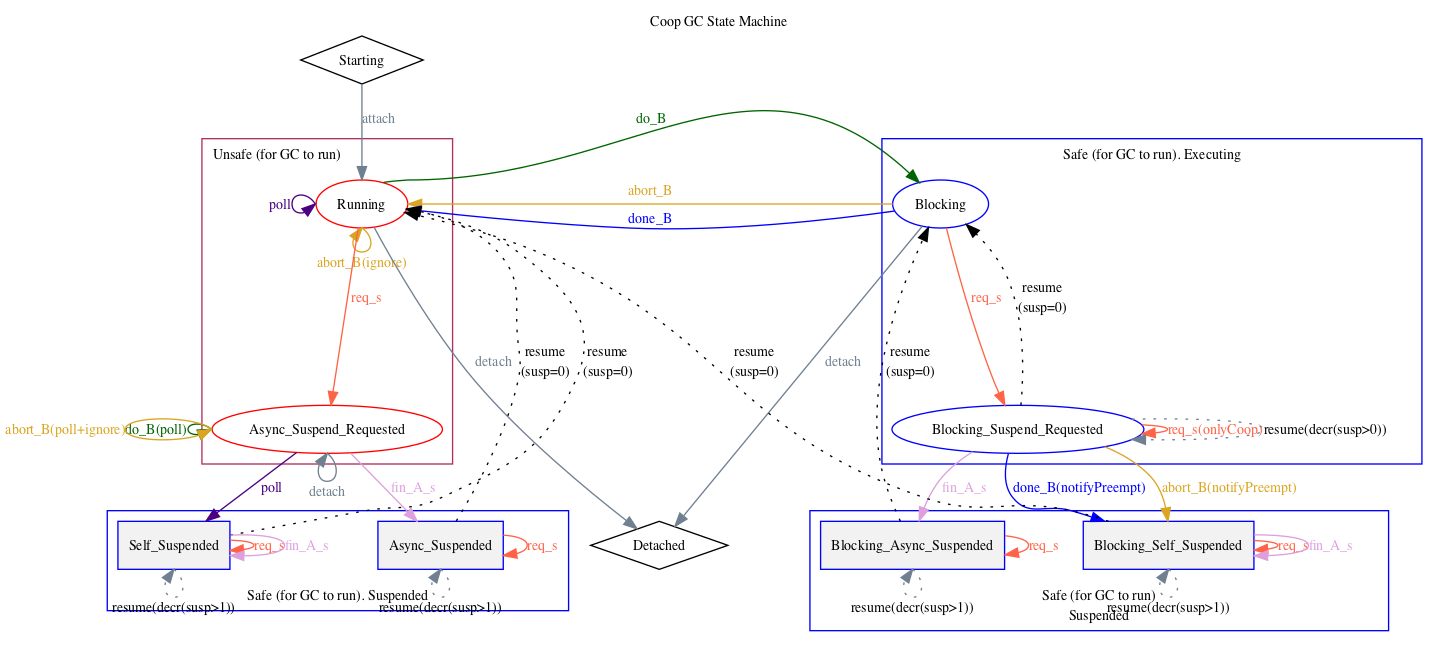
The Graphviz diagram docs/advanced/runtime/docs/coop-state-machine.png in mono/website, before a commit. Its source is kept beside it as docs/advanced/runtime/docs/coop-state-machine.dot.
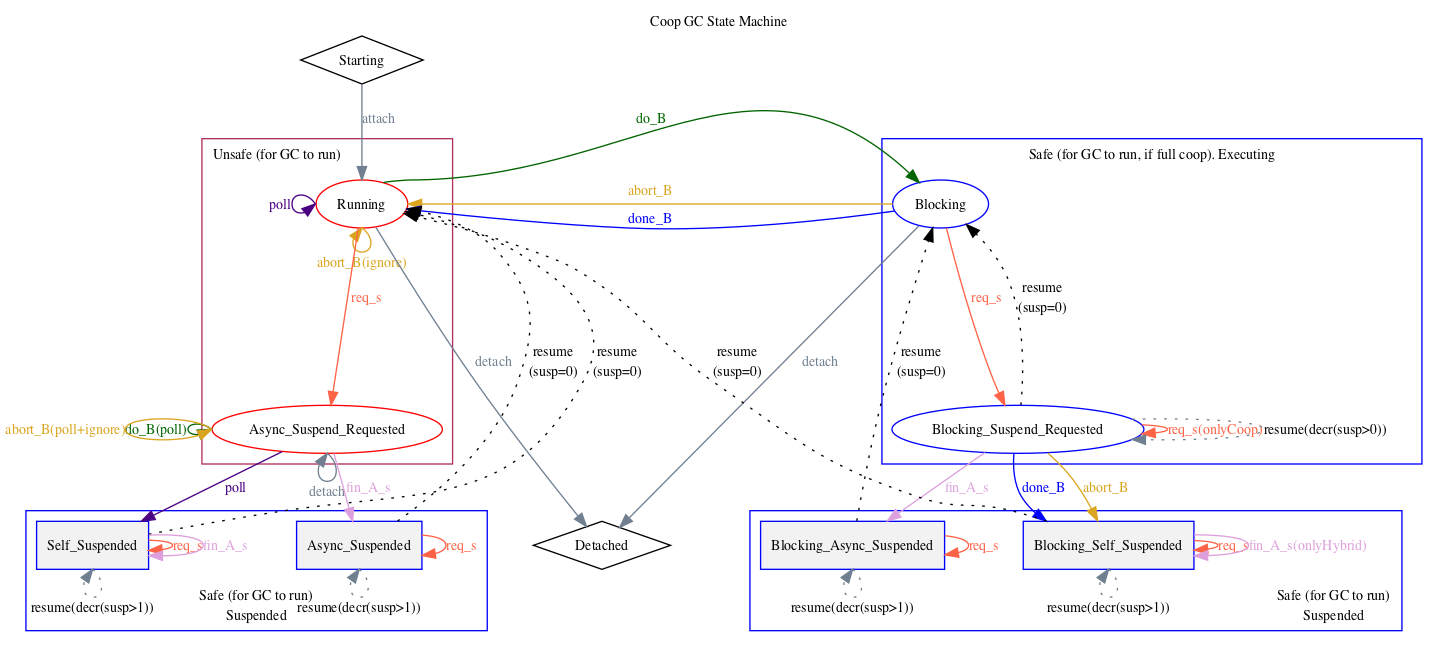
Above is the later version.

Commit message:
[coop] Fixup diagram to reflect latest changes (#376)

Update picture labels to match https://github.com/mono/mono/commit/006d6ce09734e8b555a53324c21bbaab3f1ebcb4

What changed in the source:
```diff
@@ -22,7 +22,7 @@
 		color = blue;
 		style = solid;
 		subgraph cluster_SafeRunning {
-			label = "Safe (for GC to run). Executing";
+			label = "Safe (for GC to run, if full coop). Executing";
 			labelloc = "t";
 
 			Blocking ;
@@ -31,7 +31,7 @@
 		subgraph {
 			node [shape = "rectangle", style = "filled", fillcolor = "grey95"];
 			subgraph cluster_SafeSuspendedFromRunning {
-				label = "Safe (for GC to run). Suspended";
+				label = "Safe (for GC to run)\nSuspended";
 				labelloc = "b";
 
 				Async_Suspended ;
@@ -40,6 +40,7 @@
 			subgraph cluster_SafeSuspenedFromBlocking {
 				label = "Safe (for GC to run)\nSuspended";
 				labelloc = "b";
+				labeljust = "r";
 
 				Blocking_Self_Suspended;
 				Blocking_Async_Suspended;
@@ -74,13 +75,13 @@
 		Running:s -> Running:s [label="abort_B(ignore)"];
 		Async_Suspend_Requested:w -> Async_Suspend_Requested:w [label="abort_B(poll+ignore)"];
 		Blocking -> Running [label = "abort_B", constraint = false];
-		Blocking_Suspend_Requested -> Blocking_Self_Suspended [label = "abort_B(notifyPreempt)" ];
+		Blocking_Suspend_Requested -> Blocking_Self_Suspended;
 	}
 
 	{
 		edge [label = "done_B", color = "blue", fontcolor="blue"];
 		Blocking -> Running [label = "done_B", constraint = false]
-		Blocking_Suspend_Requested -> Blocking_Self_Suspended [ label = "done_B(notifyPreempt)" ];
+		Blocking_Suspend_Requested -> Blocking_Self_Suspended;
 	}
 
 	{
@@ -104,7 +105,7 @@
 	{
 		edge [label = "fin_A_s", color="plum", fontcolor="plum"];
 		Self_Suspended -> Self_Suspended;
-		Blocking_Self_Suspended -> Blocking_Self_Suspended;
+		Blocking_Self_Suspended -> Blocking_Self_Suspended [label = "fin_A_s(onlyHybrid)"];
 		Async_Suspend_Requested -> Async_Suspended;
 		Blocking_Suspend_Requested -> Blocking_Async_Suspended;
         }
```
